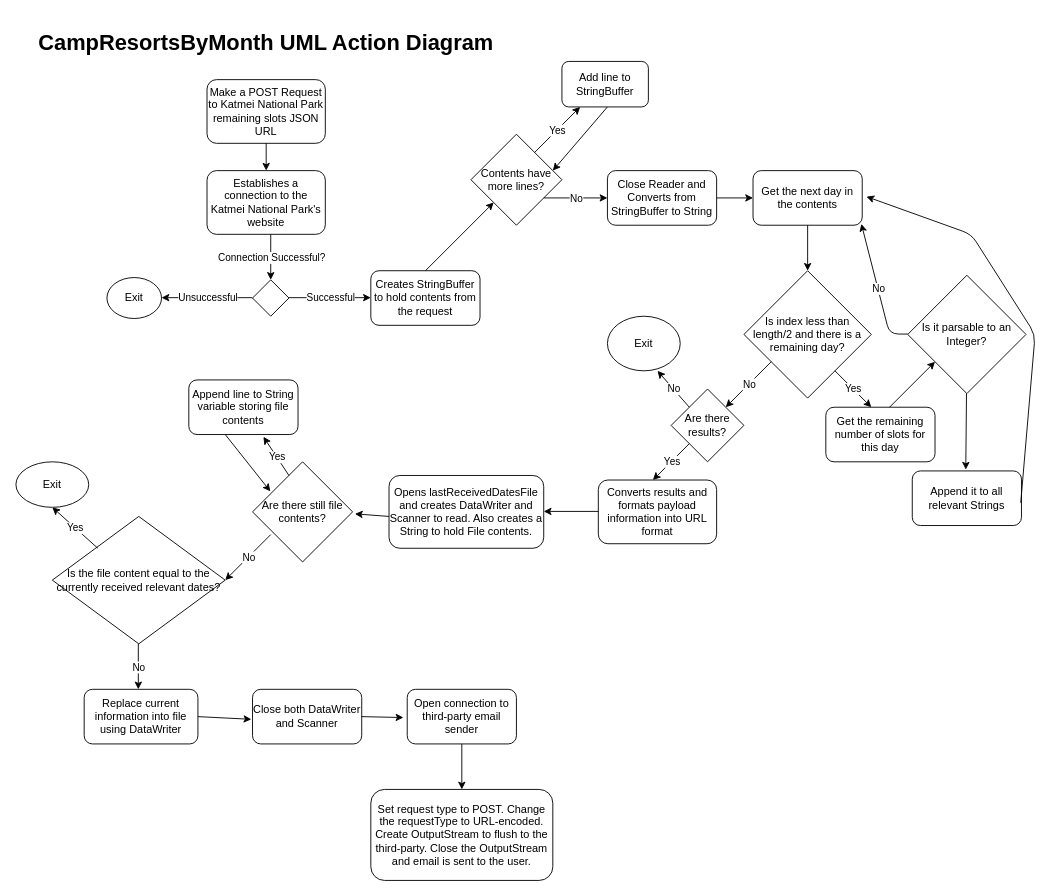
k-you28/Availability_Tracker keeps this draw.io diagram as CampResortsByMonthDiagram.drawio. Above is the earlier version. Source tidied: cells renumbered, new cells numbered last; positions are measured from the earlier drawing's top-left corner, leaving out a move shared by most shapes. Both pictures are drawn from the tidied source at 91%, with x=0, y=0 at pixel (15, 25).
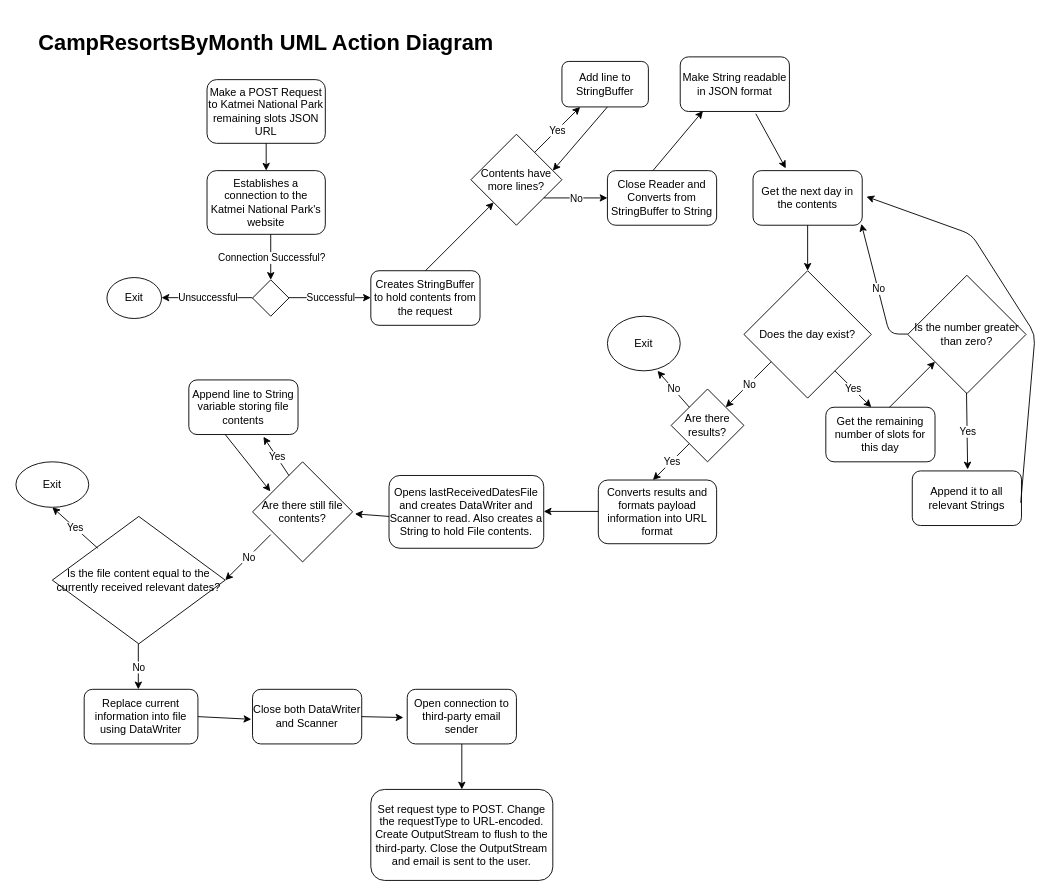
Above is the later version.

The change refers to these unchanged cells:
```xml
<mxCell id="24" value="Get the next day in the contents" style="rounded=1;whiteSpace=wrap;html=1;" parent="1" vertex="1">
  <mxGeometry x="810" y="160" width="120" height="60" as="geometry" />
</mxCell>
<mxCell id="35" value="Append it to all relevant Strings" style="rounded=1;whiteSpace=wrap;html=1;" parent="1" vertex="1">
  <mxGeometry x="985" y="490" width="120" height="60" as="geometry" />
</mxCell>
```

What changed in the source:
```diff
@@
-    <mxCell id="25" style="endArrow=classic;html=1;entryX=0;entryY=0.5;entryDx=0;entryDy=0;entryPerimeter=0;" parent="1" edge="1" target="24">
-      <mxGeometry relative="1" as="geometry">
-        <mxPoint x="770" y="190" as="sourcePoint" />
-      </mxGeometry>
-    </mxCell>
-    <mxCell id="26" value="Is index less than length/2 and there is a remaining day?" style="rhombus;whiteSpace=wrap;html=1;" parent="1" vertex="1">
+    <mxCell id="26" value="Does the day exist?" style="rhombus;whiteSpace=wrap;html=1;" parent="1" vertex="1">
       <mxGeometry x="800" y="270" width="140" height="140" as="geometry" />
     </mxCell>
@@
-    <mxCell id="31" value="Is it parsable to an Integer?" style="rhombus;whiteSpace=wrap;html=1;" parent="1" vertex="1">
+    <mxCell id="31" value="Is the number greater than zero?" style="rhombus;whiteSpace=wrap;html=1;" parent="1" vertex="1">
       <mxGeometry x="980" y="275" width="130" height="130" as="geometry" />
     </mxCell>
@@
-    <mxCell id="36" style="endArrow=classic;html=1;entryX=0.49;entryY=-0.024;entryDx=0;entryDy=0;entryPerimeter=0;" parent="1" edge="1" target="35">
-      <mxGeometry relative="1" as="geometry">
-        <mxPoint x="1044.6" y="405" as="sourcePoint" />
-      </mxGeometry>
-    </mxCell>
@@
+    <mxCell id="70" style="endArrow=classic;html=1;entryX=0.507;entryY=-0.027;entryDx=0;entryDy=0;entryPerimeter=0;exitX=0.497;exitY=0.993;exitDx=0;exitDy=0;exitPerimeter=0;" parent="1" edge="1" source="31" target="35">
+      <mxGeometry relative="1" as="geometry" />
+    </mxCell>
+    <mxCell id="71" value="Yes" style="edgeLabel;html=1;align=center;verticalAlign=middle;" parent="70" vertex="1">
+      <mxGeometry relative="1" as="geometry" />
+    </mxCell>
+    <mxCell id="72" value="Make String readable in JSON format" style="rounded=1;whiteSpace=wrap;html=1;" parent="1" vertex="1">
+      <mxGeometry x="730" y="35" width="120" height="60" as="geometry" />
+    </mxCell>
+    <mxCell id="73" style="endArrow=classic;html=1;entryX=0.208;entryY=0.992;entryDx=0;entryDy=0;entryPerimeter=0;" parent="1" edge="1" target="72">
+      <mxGeometry relative="1" as="geometry">
+        <mxPoint x="700" y="160" as="sourcePoint" />
+      </mxGeometry>
+    </mxCell>
+    <mxCell id="74" style="endArrow=classic;html=1;entryX=0.3;entryY=-0.042;entryDx=0;entryDy=0;entryPerimeter=0;exitX=0.692;exitY=1.042;exitDx=0;exitDy=0;exitPerimeter=0;" parent="1" edge="1" source="72" target="24">
+      <mxGeometry relative="1" as="geometry" />
+    </mxCell>
```
